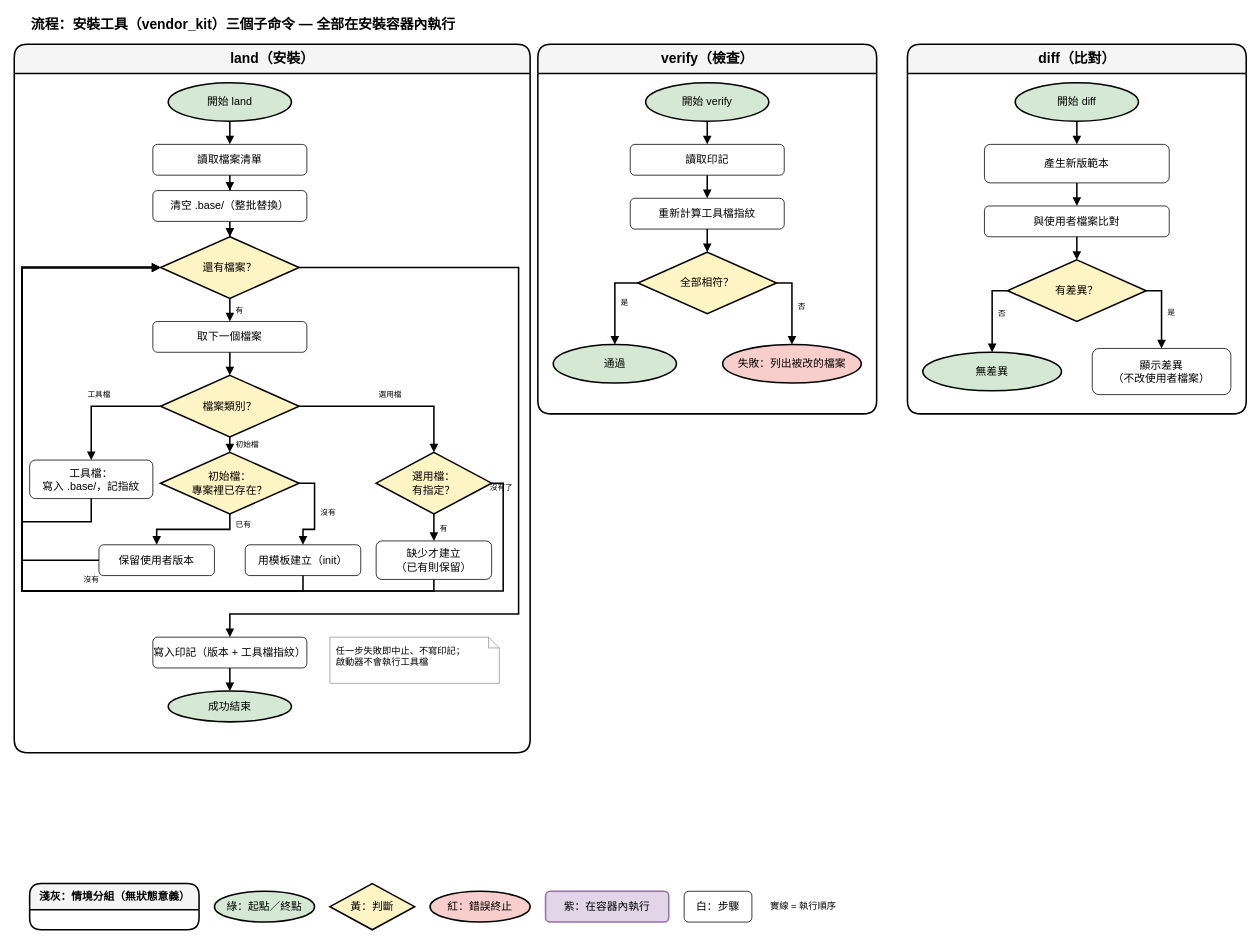
The draw.io diagram page "5. 流程：安裝工具" (5 of 6) of dist_distribution.drawio in ycpss91255-research/vendor_kit, before the edit. Source tidied: cells renumbered, new cells numbered last; positions are measured from the earlier drawing's top-left corner, leaving out a move shared by most shapes. Both pictures are drawn from the tidied source at 77%, with x=0, y=0 at pixel (14, 13).
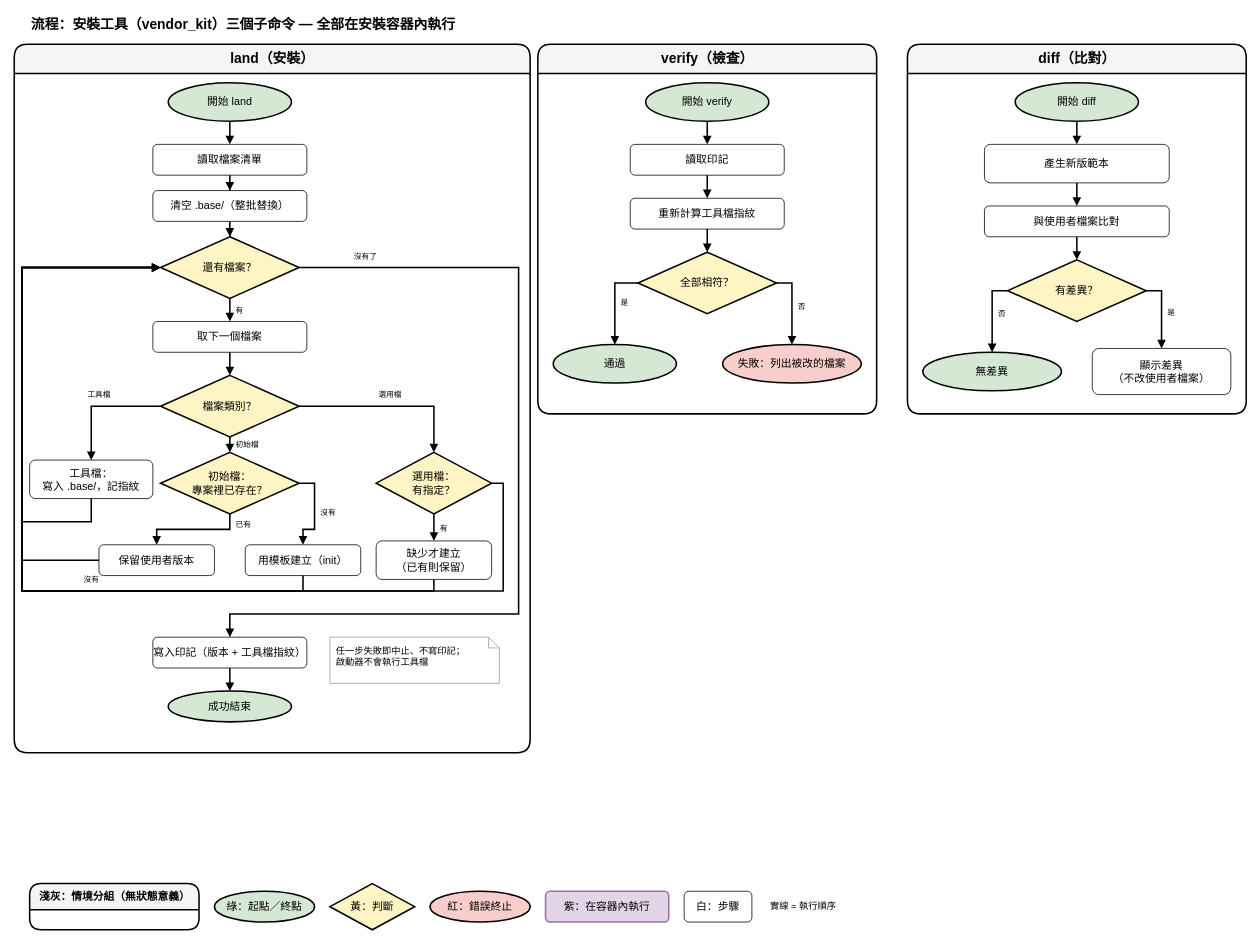
Above is the later version.

Commit message:
docs(drawio): 頁 5「沒有了」標籤移到頂端水平段

Unchanged cells that the change refers to:
```xml
<mxCell id="3" value="land（安裝）" style="swimlane;html=1;rounded=1;startSize=38;fontStyle=1;fontSize=18;fillColor=#f5f5f5;swimlaneFillColor=#ffffff;strokeColor=#000000;strokeWidth=2;" parent="1" vertex="1">
  <mxGeometry y="40" width="670" height="920" as="geometry" />
</mxCell>
<mxCell id="7" value="還有檔案？" style="rhombus;whiteSpace=wrap;html=1;fillColor=#FFF4C3;strokeColor=#000000;strokeWidth=2;fontSize=14;" parent="3" vertex="1">
  <mxGeometry x="190" y="250" width="180" height="80" as="geometry" />
</mxCell>
<mxCell id="16" value="寫入印記（版本 + 工具檔指紋）" style="rounded=1;whiteSpace=wrap;html=1;fillColor=#ffffff;strokeColor=light-dark(#000000,#9577A3);fontSize=14;strokeWidth=1;" parent="3" vertex="1">
  <mxGeometry x="180" y="770" width="200" height="40" as="geometry" />
</mxCell>
```

What changed in the source:
```diff
@@
-    <mxCell id="30" value="沒有了" style="edgeStyle=orthogonalEdgeStyle;rounded=0;jettySize=auto;html=1;strokeColor=default;strokeWidth=2;align=center;verticalAlign=bottom;spacingBottom=6;fontFamily=Helvetica;fontSize=10;fontColor=default;labelBorderColor=none;labelBackgroundColor=none;endArrow=block;endFill=1;align=right;verticalAlign=middle;spacingRight=6;spacingBottom=0;exitX=1;exitY=0.5;exitDx=0;exitDy=0;entryX=0.5;entryY=0;entryDx=0;entryDy=0;" parent="3" edge="1" source="7" target="16">
-      <mxGeometry relative="1" as="geometry">
+    <mxCell id="30" value="沒有了" style="edgeStyle=orthogonalEdgeStyle;rounded=0;jettySize=auto;html=1;strokeColor=default;strokeWidth=2;align=center;verticalAlign=bottom;spacingBottom=6;fontFamily=Helvetica;fontSize=10;fontColor=default;labelBorderColor=none;labelBackgroundColor=none;endArrow=block;endFill=1;exitX=1;exitY=0.5;exitDx=0;exitDy=0;entryX=0.5;entryY=0;entryDx=0;entryDy=0;" parent="3" edge="1" source="7" target="16">
+      <mxGeometry x="-0.85" relative="1" as="geometry">
         <Array as="points">
           <mxPoint x="655" y="290" />
           <mxPoint x="655" y="740" />
           <mxPoint x="280" y="740" />
         </Array>
       </mxGeometry>
     </mxCell>
```
